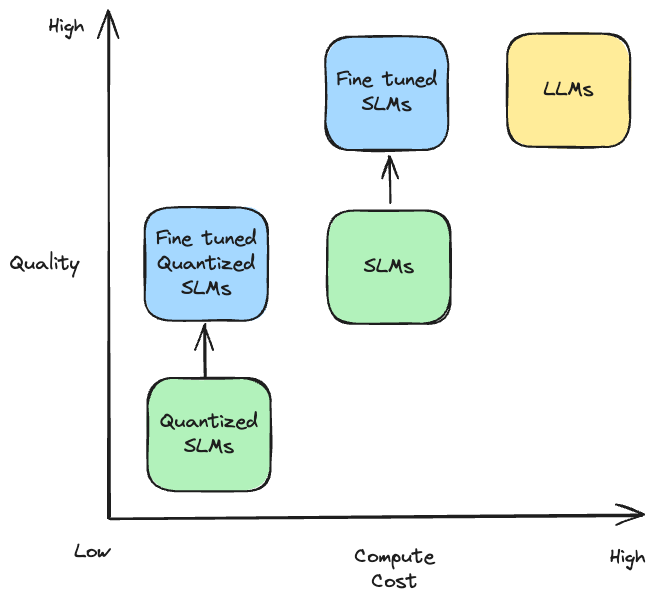
The Excalidraw diagram azurebootcamp-2026/graphics/slm-fine-tuning-chart.excalidraw.png in filipw/filipw.github.io, before a commit. Source tidied: one line per element, renumbered; positions are measured from the earlier drawing's top-left corner, leaving out a move shared by most shapes. Source of this version:
```json
{"id": 0, "type": "arrow", "strokeColor": "#1e1e1e", "strokeWidth": 2, "roughness": 1, "endArrowhead": "arrow", "round": true, "x": 98, "y": 507, "width": 2, "height": 507, "points": [[0, 0], [2, -507]]}
{"id": 1, "type": "arrow", "strokeColor": "#1e1e1e", "strokeWidth": 2, "roughness": 1, "endArrowhead": "arrow", "round": true, "x": 99, "y": 507, "width": 534, "height": 3, "points": [[0, 0], [534, -3]]}
{"id": 2, "type": "text", "text": "Quality", "strokeColor": "#1e1e1e", "strokeWidth": 2, "roughness": 1, "fontSize": 20, "fontFamily": 1, "x": 0, "y": 241, "width": 69, "height": 25}
{"id": 3, "type": "text", "text": "Compute\nCost", "strokeColor": "#1e1e1e", "strokeWidth": 2, "roughness": 1, "fontSize": 20, "fontFamily": 1, "textAlign": "center", "x": 345, "y": 534, "width": 80, "height": 50}
{"id": 4, "type": "text", "text": "Low", "strokeColor": "#1e1e1e", "strokeWidth": 2, "roughness": 1, "fontSize": 20, "fontFamily": 1, "x": 64, "y": 529, "width": 35, "height": 25}
{"id": 5, "type": "text", "text": "High", "strokeColor": "#1e1e1e", "strokeWidth": 2, "roughness": 1, "fontSize": 20, "fontFamily": 1, "x": 39, "y": 3, "width": 35, "height": 25}
{"id": 6, "type": "text", "text": "High", "strokeColor": "#1e1e1e", "strokeWidth": 2, "roughness": 1, "fontSize": 20, "fontFamily": 1, "x": 600, "y": 534, "width": 35, "height": 25}
{"id": 7, "type": "rectangle", "strokeColor": "#1e1e1e", "backgroundColor": "#ffec99", "fillStyle": "solid", "strokeWidth": 2, "roughness": 1, "round": true, "x": 497, "y": 22, "width": 123, "height": 113}
{"id": 8, "type": "text", "text": "LLMs", "strokeColor": "#1e1e1e", "strokeWidth": 2, "roughness": 1, "fontSize": 20, "fontFamily": 1, "textAlign": "center", "verticalAlign": "middle", "inside": 7, "x": 534, "y": 67, "width": 50, "height": 25}
{"id": 9, "type": "rectangle", "strokeColor": "#1e1e1e", "backgroundColor": "#b2f2bb", "fillStyle": "solid", "strokeWidth": 2, "roughness": 1, "round": true, "x": 317, "y": 199, "width": 123, "height": 113}
{"id": 10, "type": "text", "text": "SLMs", "strokeColor": "#1e1e1e", "strokeWidth": 2, "roughness": 1, "fontSize": 20, "fontFamily": 1, "textAlign": "center", "verticalAlign": "middle", "inside": 9, "x": 354, "y": 243, "width": 50, "height": 25}
{"id": 11, "type": "rectangle", "strokeColor": "#1e1e1e", "backgroundColor": "#b2f2bb", "fillStyle": "solid", "strokeWidth": 2, "roughness": 1, "round": true, "x": 138, "y": 367, "width": 123, "height": 113}
{"id": 12, "type": "text", "text": "Quantized\nSLMs", "strokeColor": "#1e1e1e", "strokeWidth": 2, "roughness": 1, "fontSize": 20, "fontFamily": 1, "textAlign": "center", "verticalAlign": "middle", "inside": 11, "x": 150, "y": 398, "width": 98, "height": 50}
{"id": 13, "type": "rectangle", "strokeColor": "#1e1e1e", "backgroundColor": "#a5d8ff", "fillStyle": "solid", "strokeWidth": 2, "roughness": 1, "round": true, "x": 315, "y": 26, "width": 123, "height": 113}
{"id": 14, "type": "text", "text": "Fine tuned\nSLMs", "strokeColor": "#1e1e1e", "strokeWidth": 2, "roughness": 1, "fontSize": 20, "fontFamily": 1, "textAlign": "center", "verticalAlign": "middle", "inside": 13, "x": 327, "y": 57, "width": 100, "height": 50}
{"id": 15, "type": "rectangle", "strokeColor": "#1e1e1e", "backgroundColor": "#a5d8ff", "fillStyle": "solid", "strokeWidth": 2, "roughness": 1, "round": true, "x": 135, "y": 196, "width": 123, "height": 113}
{"id": 16, "type": "text", "text": "Fine tuned\nQuantized\nSLMs", "strokeColor": "#1e1e1e", "strokeWidth": 2, "roughness": 1, "fontSize": 20, "fontFamily": 1, "textAlign": "center", "verticalAlign": "middle", "inside": 15, "x": 146, "y": 215, "width": 100, "height": 75}
{"id": 17, "type": "arrow", "strokeColor": "#1e1e1e", "backgroundColor": "#a5d8ff", "fillStyle": "solid", "strokeWidth": 2, "roughness": 1, "endArrowhead": "arrow", "round": true, "from": 9, "to": 13, "x": 380, "y": 192, "width": 1, "height": 47, "points": [[0, 0], [-1, -47]]}
{"id": 18, "type": "arrow", "strokeColor": "#1e1e1e", "backgroundColor": "#a5d8ff", "fillStyle": "solid", "strokeWidth": 2, "roughness": 1, "endArrowhead": "arrow", "round": true, "from": 11, "to": 15, "x": 195, "y": 366, "width": 1, "height": 53, "points": [[0, 0], [1, -53]]}
```
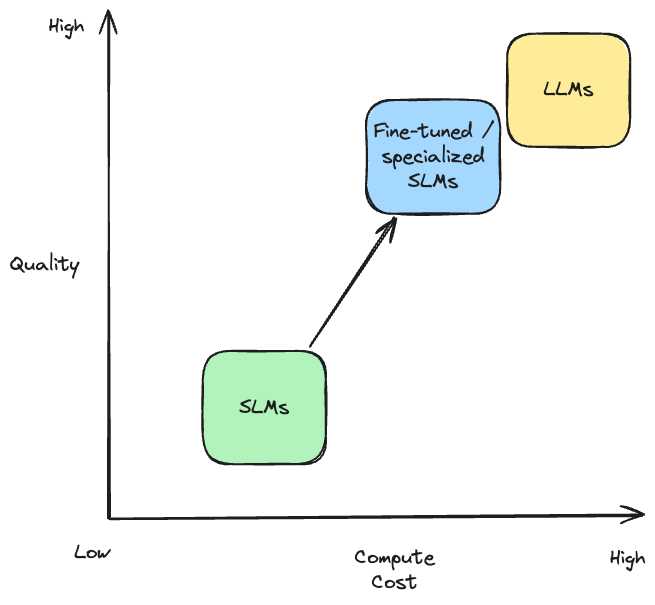
Later version of the same file.

The edit, as a diff of the source:
```diff
@@ -7,13 +7,8 @@
 {"id": 6, "type": "text", "text": "High", "strokeColor": "#1e1e1e", "strokeWidth": 2, "roughness": 1, "fontSize": 20, "fontFamily": 1, "x": 600, "y": 534, "width": 35, "height": 25}
 {"id": 7, "type": "rectangle", "strokeColor": "#1e1e1e", "backgroundColor": "#ffec99", "fillStyle": "solid", "strokeWidth": 2, "roughness": 1, "round": true, "x": 497, "y": 22, "width": 123, "height": 113}
 {"id": 8, "type": "text", "text": "LLMs", "strokeColor": "#1e1e1e", "strokeWidth": 2, "roughness": 1, "fontSize": 20, "fontFamily": 1, "textAlign": "center", "verticalAlign": "middle", "inside": 7, "x": 534, "y": 67, "width": 50, "height": 25}
-{"id": 9, "type": "rectangle", "strokeColor": "#1e1e1e", "backgroundColor": "#b2f2bb", "fillStyle": "solid", "strokeWidth": 2, "roughness": 1, "round": true, "x": 317, "y": 199, "width": 123, "height": 113}
+{"id": 9, "type": "rectangle", "strokeColor": "#1e1e1e", "backgroundColor": "#b2f2bb", "fillStyle": "solid", "strokeWidth": 2, "roughness": 1, "round": true, "x": 193, "y": 340, "width": 123, "height": 113}
-{"id": 10, "type": "text", "text": "SLMs", "strokeColor": "#1e1e1e", "strokeWidth": 2, "roughness": 1, "fontSize": 20, "fontFamily": 1, "textAlign": "center", "verticalAlign": "middle", "inside": 9, "x": 354, "y": 243, "width": 50, "height": 25}
+{"id": 10, "type": "text", "text": "SLMs", "strokeColor": "#1e1e1e", "strokeWidth": 2, "roughness": 1, "fontSize": 20, "fontFamily": 1, "textAlign": "center", "verticalAlign": "middle", "inside": 9, "x": 229, "y": 384, "width": 50, "height": 25}
-{"id": 11, "type": "rectangle", "strokeColor": "#1e1e1e", "backgroundColor": "#b2f2bb", "fillStyle": "solid", "strokeWidth": 2, "roughness": 1, "round": true, "x": 138, "y": 367, "width": 123, "height": 113}
-{"id": 12, "type": "text", "text": "Quantized\nSLMs", "strokeColor": "#1e1e1e", "strokeWidth": 2, "roughness": 1, "fontSize": 20, "fontFamily": 1, "textAlign": "center", "verticalAlign": "middle", "inside": 11, "x": 150, "y": 398, "width": 98, "height": 50}
-{"id": 13, "type": "rectangle", "strokeColor": "#1e1e1e", "backgroundColor": "#a5d8ff", "fillStyle": "solid", "strokeWidth": 2, "roughness": 1, "round": true, "x": 315, "y": 26, "width": 123, "height": 113}
+{"id": 13, "type": "rectangle", "strokeColor": "#1e1e1e", "backgroundColor": "#a5d8ff", "fillStyle": "solid", "strokeWidth": 2, "roughness": 1, "round": true, "x": 356, "y": 89, "width": 134, "height": 114}
-{"id": 14, "type": "text", "text": "Fine tuned\nSLMs", "strokeColor": "#1e1e1e", "strokeWidth": 2, "roughness": 1, "fontSize": 20, "fontFamily": 1, "textAlign": "center", "verticalAlign": "middle", "inside": 13, "x": 327, "y": 57, "width": 100, "height": 50}
+{"id": 14, "type": "text", "text": "Fine-tuned /\nspecialized\nSLMs", "strokeColor": "#1e1e1e", "strokeWidth": 2, "roughness": 1, "fontSize": 20, "fontFamily": 1, "textAlign": "center", "verticalAlign": "middle", "inside": 13, "x": 364, "y": 108, "width": 119, "height": 75}
-{"id": 15, "type": "rectangle", "strokeColor": "#1e1e1e", "backgroundColor": "#a5d8ff", "fillStyle": "solid", "strokeWidth": 2, "roughness": 1, "round": true, "x": 135, "y": 196, "width": 123, "height": 113}
-{"id": 16, "type": "text", "text": "Fine tuned\nQuantized\nSLMs", "strokeColor": "#1e1e1e", "strokeWidth": 2, "roughness": 1, "fontSize": 20, "fontFamily": 1, "textAlign": "center", "verticalAlign": "middle", "inside": 15, "x": 146, "y": 215, "width": 100, "height": 75}
-{"id": 17, "type": "arrow", "strokeColor": "#1e1e1e", "backgroundColor": "#a5d8ff", "fillStyle": "solid", "strokeWidth": 2, "roughness": 1, "endArrowhead": "arrow", "round": true, "from": 9, "to": 13, "x": 380, "y": 192, "width": 1, "height": 47, "points": [[0, 0], [-1, -47]]}
+{"id": 17, "type": "arrow", "strokeColor": "#1e1e1e", "backgroundColor": "#a5d8ff", "fillStyle": "solid", "strokeWidth": 2, "roughness": 1, "endArrowhead": "arrow", "round": true, "from": 9, "to": 13, "x": 299, "y": 335, "width": 85, "height": 128, "points": [[0, 0], [85, -128]]}
-{"id": 18, "type": "arrow", "strokeColor": "#1e1e1e", "backgroundColor": "#a5d8ff", "fillStyle": "solid", "strokeWidth": 2, "roughness": 1, "endArrowhead": "arrow", "round": true, "from": 11, "to": 15, "x": 195, "y": 366, "width": 1, "height": 53, "points": [[0, 0], [1, -53]]}
```
